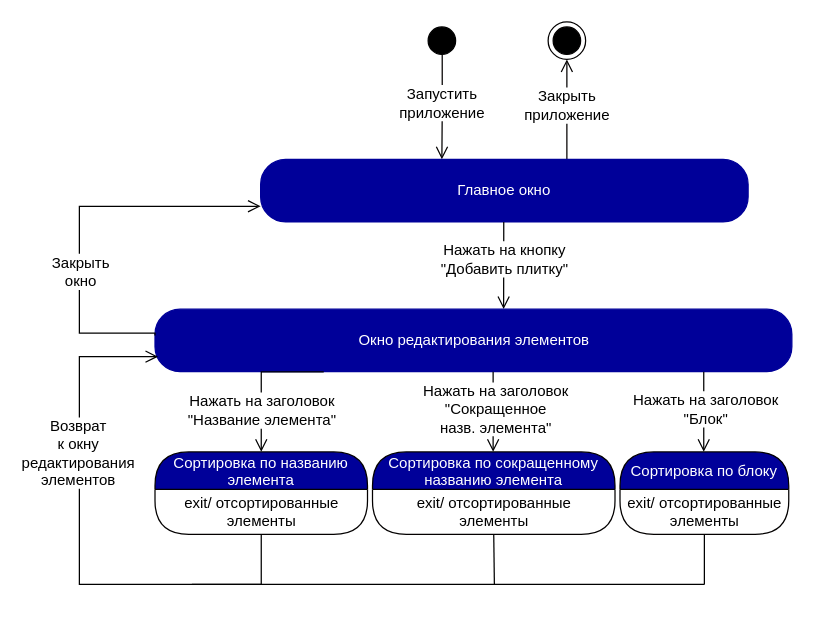
Above: SM_Bloks/Edit_element/Sort/State_machine_edit_element_sort_1.drawio in iCosmos76/Curriculum-Designer (draw.io), before the change. Source tidied: cells renumbered, new cells numbered last; positions are measured from the earlier drawing's top-left corner, leaving out a move shared by most shapes. Both pictures are drawn from the tidied source at 125%, with x=0, y=0 at pixel (79, 21).
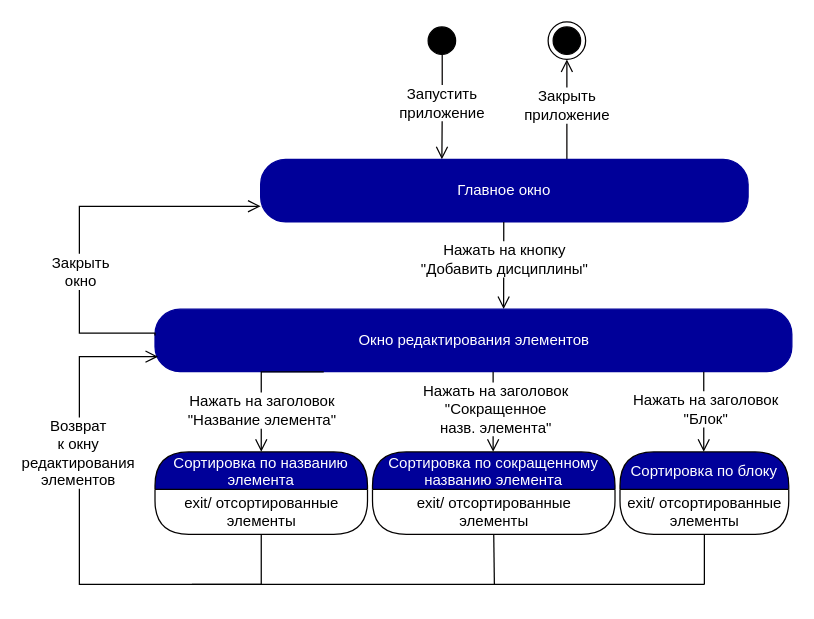
After the change.

Unchanged cells that the change refers to:
```xml
<mxCell id="7" style="edgeStyle=orthogonalEdgeStyle;html=1;verticalAlign=bottom;endArrow=open;endSize=8;strokeColor=#000000;rounded=0;fontSize=10;exitX=0.097;exitY=1.006;exitDx=0;exitDy=0;exitPerimeter=0;entryX=0.154;entryY=0;entryDx=0;entryDy=0;entryPerimeter=0;" parent="1" edge="1">
  <mxGeometry relative="1" as="geometry">
    <mxPoint x="339.5" y="160.1" as="sourcePoint" />
    <mxPoint x="339.4" y="229.8" as="targetPoint" />
    <Array as="points">
      <mxPoint x="339.4" y="169.8" />
    </Array>
  </mxGeometry>
</mxCell>
```

The edit, as a diff of the source:
```diff
@@
-    <mxCell id="8" value="Нажать на кнопку&lt;br&gt;&quot;Добавить плитку&quot;" style="edgeLabel;html=1;align=center;verticalAlign=middle;fontSize=12;" parent="7" vertex="1">
+    <mxCell id="8" value="Нажать на кнопку&lt;br&gt;&quot;Добавить дисциплины&quot;" style="edgeLabel;html=1;align=center;verticalAlign=middle;fontSize=12;" parent="7" vertex="1">
       <mxGeometry x="-0.25" y="2" relative="1" as="geometry">
         <mxPoint x="-2" y="3" as="offset" />
       </mxGeometry>
     </mxCell>
```
